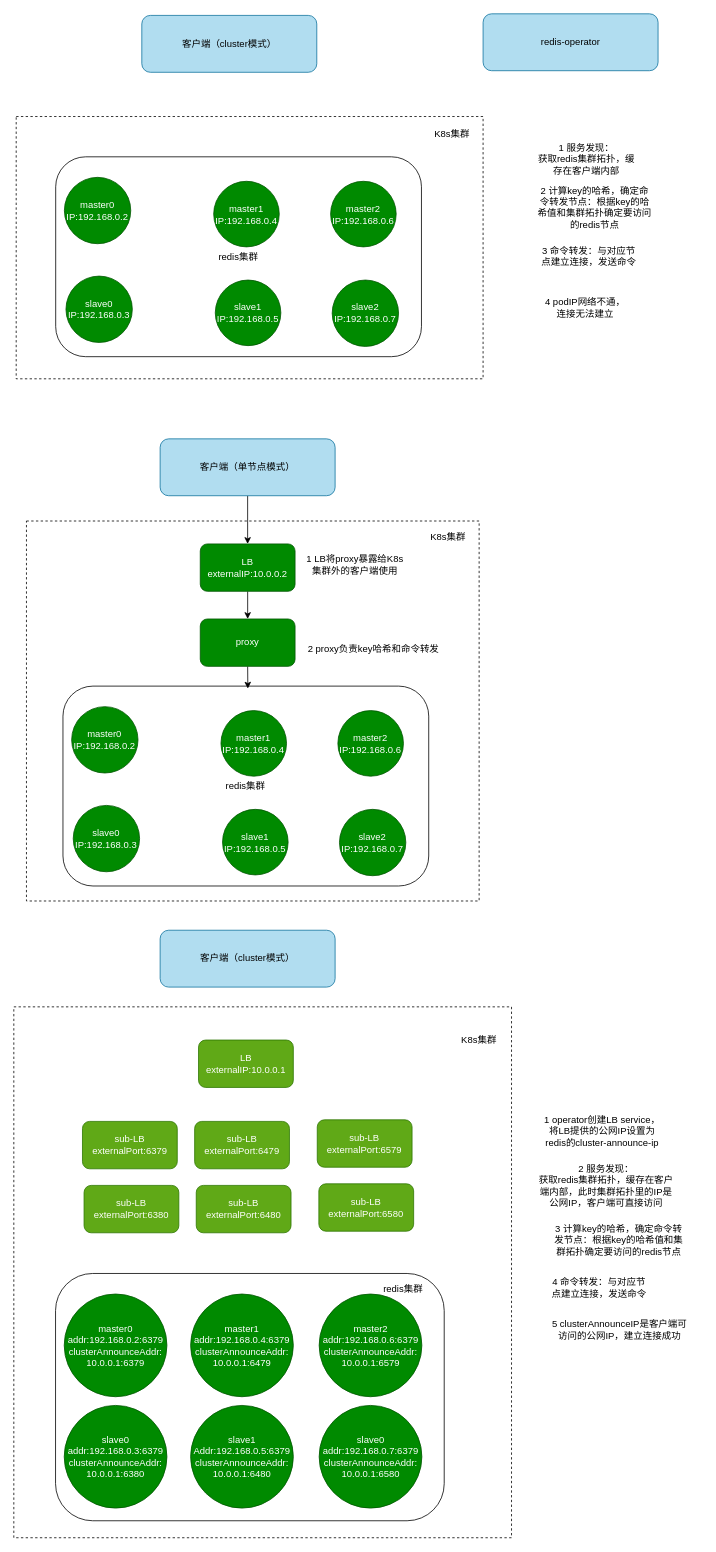
Above: diagrams/redis代理和LB优化.drawio in fengyinqiao/cloudimg (draw.io), before the change. Source tidied: cells renumbered, new cells numbered last; positions are measured from the earlier drawing's top-left corner, leaving out a move shared by most shapes. Both pictures are drawn from the tidied source at 79%, with x=0, y=0 at pixel (13, 13).
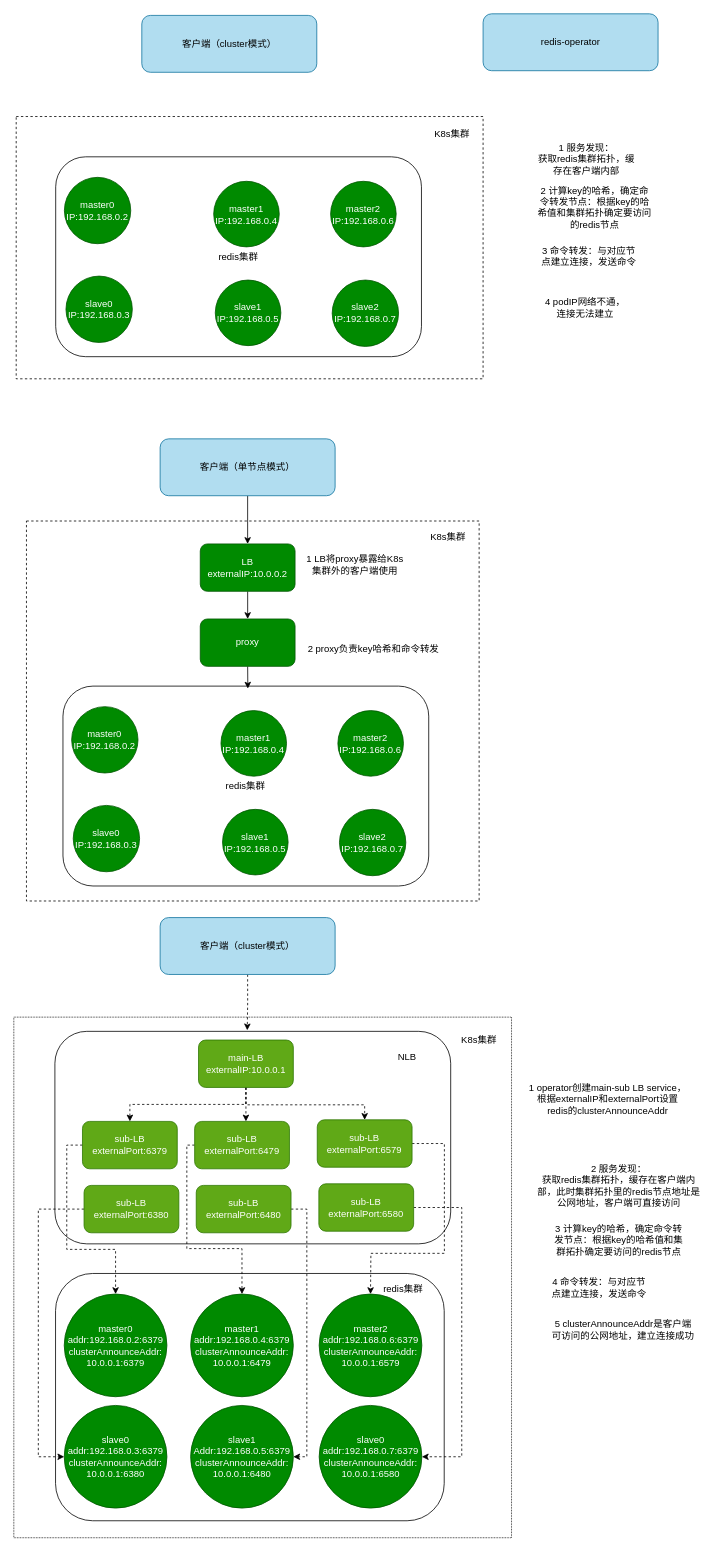
The same diagram, later.

Commit message:
更新redis代理和LB优化.drawio

The change refers to these unchanged cells:
```xml
<mxCell id="37" value="master0&lt;br&gt;addr:192.168.0.2:6379&lt;br&gt;clusterAnnounceAddr: 10.0.0.1:6379" style="ellipse;whiteSpace=wrap;html=1;fillColor=#008a00;fontColor=#ffffff;strokeColor=#005700;" parent="1" vertex="1">
  <mxGeometry x="63.8" y="1620.5" width="130" height="130" as="geometry" />
</mxCell>
<mxCell id="39" value="slave0&lt;br&gt;addr:192.168.0.3:6379&lt;br&gt;clusterAnnounceAddr: 10.0.0.1:6380" style="ellipse;whiteSpace=wrap;html=1;fillColor=#008a00;fontColor=#ffffff;strokeColor=#005700;" parent="1" vertex="1">
  <mxGeometry x="63.8" y="1761.5" width="130" height="130" as="geometry" />
</mxCell>
<mxCell id="40" value="master2&lt;br&gt;addr:192.168.0.6:6379&lt;br&gt;clusterAnnounceAddr: 10.0.0.1:6579" style="ellipse;whiteSpace=wrap;html=1;fillColor=#008a00;fontColor=#ffffff;strokeColor=#005700;" parent="1" vertex="1">
  <mxGeometry x="386.5" y="1620.5" width="130" height="130" as="geometry" />
</mxCell>
<mxCell id="41" value="slave0&lt;br&gt;addr:192.168.0.7:6379&lt;br&gt;clusterAnnounceAddr: 10.0.0.1:6580" style="ellipse;whiteSpace=wrap;html=1;fillColor=#008a00;fontColor=#ffffff;strokeColor=#005700;" parent="1" vertex="1">
  <mxGeometry x="386.5" y="1761.5" width="130" height="130" as="geometry" />
</mxCell>
<mxCell id="42" value="master1&lt;br&gt;addr:192.168.0.4:6379&lt;br&gt;clusterAnnounceAddr: 10.0.0.1:6479" style="ellipse;whiteSpace=wrap;html=1;fillColor=#008a00;fontColor=#ffffff;strokeColor=#005700;" parent="1" vertex="1">
  <mxGeometry x="223.8" y="1620.5" width="130" height="130" as="geometry" />
</mxCell>
<mxCell id="43" value="slave1&lt;br&gt;Addr:192.168.0.5:6379&lt;br&gt;clusterAnnounceAddr: 10.0.0.1:6480" style="ellipse;whiteSpace=wrap;html=1;fillColor=#008a00;fontColor=#ffffff;strokeColor=#005700;" parent="1" vertex="1">
  <mxGeometry x="223.8" y="1761.5" width="130" height="130" as="geometry" />
</mxCell>
<mxCell id="51" value="sub-LB&lt;br&gt;externalPort:6379" style="rounded=1;whiteSpace=wrap;html=1;fillColor=#60a917;strokeColor=#2D7600;fontColor=#ffffff;" parent="1" vertex="1">
  <mxGeometry x="86.9" y="1402" width="120" height="60" as="geometry" />
</mxCell>
<mxCell id="52" value="sub-LB&lt;br&gt;externalPort:6479" style="rounded=1;whiteSpace=wrap;html=1;fillColor=#60a917;strokeColor=#2D7600;fontColor=#ffffff;" parent="1" vertex="1">
  <mxGeometry x="228.9" y="1402" width="120" height="60" as="geometry" />
</mxCell>
<mxCell id="53" value="sub-LB&lt;br&gt;externalPort:6579" style="rounded=1;whiteSpace=wrap;html=1;fillColor=#60a917;strokeColor=#2D7600;fontColor=#ffffff;" parent="1" vertex="1">
  <mxGeometry x="384.1" y="1400" width="120" height="60" as="geometry" />
</mxCell>
<mxCell id="54" value="sub-LB&lt;br&gt;externalPort:6380" style="rounded=1;whiteSpace=wrap;html=1;fillColor=#60a917;strokeColor=#2D7600;fontColor=#ffffff;" parent="1" vertex="1">
  <mxGeometry x="88.9" y="1483" width="120" height="60" as="geometry" />
</mxCell>
<mxCell id="55" value="sub-LB&lt;br&gt;externalPort:6480" style="rounded=1;whiteSpace=wrap;html=1;fillColor=#60a917;strokeColor=#2D7600;fontColor=#ffffff;" parent="1" vertex="1">
  <mxGeometry x="230.9" y="1483" width="120" height="60" as="geometry" />
</mxCell>
<mxCell id="56" value="sub-LB&lt;br&gt;externalPort:6580" style="rounded=1;whiteSpace=wrap;html=1;fillColor=#60a917;strokeColor=#2D7600;fontColor=#ffffff;" parent="1" vertex="1">
  <mxGeometry x="386.1" y="1481" width="120" height="60" as="geometry" />
</mxCell>
```

Diff of the diagram source:
```diff
@@
-    <mxCell id="2" style="rounded=0;whiteSpace=wrap;html=1;fillColor=none;dashed=1;" parent="1" vertex="1">
-      <mxGeometry y="1257" width="630" height="672" as="geometry" />
+    <mxCell id="2" style="rounded=0;whiteSpace=wrap;html=1;fillColor=none;dashed=1;dashPattern=1 1;" parent="1" vertex="1">
+      <mxGeometry y="1270" width="630" height="659" as="geometry" />
     </mxCell>
@@
+    <mxCell id="57" style="edgeStyle=orthogonalEdgeStyle;rounded=0;jettySize=auto;html=1;exitX=0.5;exitY=1;exitDx=0;exitDy=0;entryX=0.486;entryY=-0.005;entryDx=0;entryDy=0;entryPerimeter=0;dashed=1;" parent="1" edge="1" source="35" target="67">
+      <mxGeometry relative="1" as="geometry" />
+    </mxCell>
     <mxCell id="35" value="客户端（cluster模式）" style="rounded=1;whiteSpace=wrap;html=1;fillColor=#b1ddf0;strokeColor=#10739e;" parent="1" vertex="1">
-      <mxGeometry x="185.2" y="1160" width="221.5" height="72" as="geometry" />
+      <mxGeometry x="185.2" y="1144" width="221.5" height="72" as="geometry" />
     </mxCell>
@@
-    <mxCell id="45" value="1 operator创建LB service，将LB提供的公网IP设置为redis的cluster-announce-ip" style="text;html=1;strokeColor=none;fillColor=none;align=center;verticalAlign=middle;whiteSpace=wrap;rounded=0;" parent="1" vertex="1">
-      <mxGeometry x="666.5" y="1400" width="155.5" height="30" as="geometry" />
+    <mxCell id="45" value="1 operator创建main-sub LB service，根据externalIP和externalPort设置redis的clusterAnnounceAddr" style="text;html=1;strokeColor=none;fillColor=none;align=center;verticalAlign=middle;whiteSpace=wrap;rounded=0;" parent="1" vertex="1">
+      <mxGeometry x="650.5" y="1359" width="201.5" height="30" as="geometry" />
     </mxCell>
@@
-    <mxCell id="48" value="5 clusterAnnounceIP是客户端可访问的公网IP，建立连接成功" style="text;html=1;strokeColor=none;fillColor=none;align=center;verticalAlign=middle;whiteSpace=wrap;rounded=0;" parent="1" vertex="1">
-      <mxGeometry x="680" y="1651" width="174" height="30" as="geometry" />
+    <mxCell id="48" value="5 clusterAnnounceAddr是客户端可访问的公网地址，建立连接成功" style="text;html=1;strokeColor=none;fillColor=none;align=center;verticalAlign=middle;whiteSpace=wrap;rounded=0;" parent="1" vertex="1">
+      <mxGeometry x="680" y="1651" width="183" height="30" as="geometry" />
     </mxCell>
-    <mxCell id="49" value="2 服务发现：&lt;br&gt;获取redis集群拓扑，缓存在客户端内部，此时集群拓扑里的IP是公网IP，客户端可直接访问" style="text;html=1;strokeColor=none;fillColor=none;align=center;verticalAlign=middle;whiteSpace=wrap;rounded=0;" parent="1" vertex="1">
-      <mxGeometry x="661" y="1469" width="177.5" height="30" as="geometry" />
+    <mxCell id="49" value="2 服务发现：&lt;br&gt;获取redis集群拓扑，缓存在客户端内部，此时集群拓扑里的redis节点地址是公网地址，客户端可直接访问" style="text;html=1;strokeColor=none;fillColor=none;align=center;verticalAlign=middle;whiteSpace=wrap;rounded=0;" parent="1" vertex="1">
+      <mxGeometry x="661" y="1469" width="210" height="30" as="geometry" />
     </mxCell>
+    <mxCell id="58" style="edgeStyle=orthogonalEdgeStyle;rounded=0;jettySize=auto;html=1;exitX=0.5;exitY=1;exitDx=0;exitDy=0;entryX=0.5;entryY=0;entryDx=0;entryDy=0;dashed=1;" parent="1" edge="1" source="50" target="51">
+      <mxGeometry relative="1" as="geometry" />
+    </mxCell>
+    <mxCell id="59" style="edgeStyle=orthogonalEdgeStyle;rounded=0;jettySize=auto;html=1;exitX=0.5;exitY=1;exitDx=0;exitDy=0;dashed=1;" parent="1" edge="1" source="50" target="52">
+      <mxGeometry relative="1" as="geometry">
+        <Array as="points">
+          <mxPoint x="294" y="1389" />
+          <mxPoint x="294" y="1389" />
+        </Array>
+      </mxGeometry>
+    </mxCell>
+    <mxCell id="60" style="edgeStyle=orthogonalEdgeStyle;rounded=0;jettySize=auto;html=1;exitX=0.5;exitY=1;exitDx=0;exitDy=0;entryX=0.5;entryY=0;entryDx=0;entryDy=0;dashed=1;" parent="1" edge="1" source="50" target="53">
+      <mxGeometry relative="1" as="geometry">
+        <Array as="points">
+          <mxPoint x="294" y="1381" />
+          <mxPoint x="444" y="1381" />
+        </Array>
+      </mxGeometry>
+    </mxCell>
-    <mxCell id="50" value="LB&lt;br&gt;externalIP:10.0.0.1" style="rounded=1;whiteSpace=wrap;html=1;fillColor=#60a917;strokeColor=#2D7600;fontColor=#ffffff;" parent="1" vertex="1">
+    <mxCell id="50" value="main-LB&lt;br&gt;externalIP:10.0.0.1" style="rounded=1;whiteSpace=wrap;html=1;fillColor=#60a917;strokeColor=#2D7600;fontColor=#ffffff;" parent="1" vertex="1">
       <mxGeometry x="233.8" y="1299" width="120" height="60" as="geometry" />
     </mxCell>
+    <mxCell id="61" style="edgeStyle=orthogonalEdgeStyle;rounded=0;jettySize=auto;html=1;exitX=0;exitY=0.5;exitDx=0;exitDy=0;entryX=0.5;entryY=0;entryDx=0;entryDy=0;dashed=1;" parent="1" edge="1" source="51" target="37">
+      <mxGeometry relative="1" as="geometry">
+        <Array as="points">
+          <mxPoint x="67" y="1432" />
+          <mxPoint x="67" y="1564" />
+          <mxPoint x="129" y="1564" />
+        </Array>
+      </mxGeometry>
+    </mxCell>
@@
+    <mxCell id="62" style="edgeStyle=orthogonalEdgeStyle;rounded=0;jettySize=auto;html=1;exitX=0;exitY=0.5;exitDx=0;exitDy=0;entryX=0.5;entryY=0;entryDx=0;entryDy=0;dashed=1;" parent="1" edge="1" source="52" target="42">
+      <mxGeometry relative="1" as="geometry">
+        <Array as="points">
+          <mxPoint x="219" y="1432" />
+          <mxPoint x="219" y="1563" />
+          <mxPoint x="289" y="1563" />
+        </Array>
+      </mxGeometry>
+    </mxCell>
@@
+    <mxCell id="63" style="edgeStyle=orthogonalEdgeStyle;rounded=0;jettySize=auto;html=1;exitX=1;exitY=0.5;exitDx=0;exitDy=0;dashed=1;" parent="1" edge="1" source="53" target="40">
+      <mxGeometry relative="1" as="geometry">
+        <Array as="points">
+          <mxPoint x="545" y="1430" />
+          <mxPoint x="545" y="1569" />
+          <mxPoint x="452" y="1569" />
+        </Array>
+      </mxGeometry>
+    </mxCell>
@@
+    <mxCell id="64" style="edgeStyle=orthogonalEdgeStyle;rounded=0;jettySize=auto;html=1;exitX=0;exitY=0.5;exitDx=0;exitDy=0;entryX=0;entryY=0.5;entryDx=0;entryDy=0;dashed=1;" parent="1" edge="1" source="54" target="39">
+      <mxGeometry relative="1" as="geometry">
+        <Array as="points">
+          <mxPoint x="31" y="1513" />
+          <mxPoint x="31" y="1827" />
+        </Array>
+      </mxGeometry>
+    </mxCell>
@@
+    <mxCell id="65" style="edgeStyle=orthogonalEdgeStyle;rounded=0;jettySize=auto;html=1;exitX=1;exitY=0.5;exitDx=0;exitDy=0;entryX=1;entryY=0.5;entryDx=0;entryDy=0;dashed=1;" parent="1" edge="1" source="55" target="43">
+      <mxGeometry relative="1" as="geometry" />
+    </mxCell>
@@
+    <mxCell id="66" style="edgeStyle=orthogonalEdgeStyle;rounded=0;jettySize=auto;html=1;exitX=1;exitY=0.5;exitDx=0;exitDy=0;entryX=1;entryY=0.5;entryDx=0;entryDy=0;dashed=1;" parent="1" edge="1" source="56" target="41">
+      <mxGeometry relative="1" as="geometry">
+        <Array as="points">
+          <mxPoint x="567" y="1511" />
+          <mxPoint x="567" y="1827" />
+        </Array>
+      </mxGeometry>
+    </mxCell>
@@
+    <mxCell id="67" style="rounded=1;whiteSpace=wrap;html=1;fillColor=none;" parent="1" vertex="1">
+      <mxGeometry x="52" y="1288" width="501" height="269" as="geometry" />
+    </mxCell>
+    <mxCell id="68" value="NLB" style="text;html=1;strokeColor=none;fillColor=none;align=center;verticalAlign=middle;whiteSpace=wrap;rounded=0;" parent="1" vertex="1">
+      <mxGeometry x="468" y="1306" width="60" height="30" as="geometry" />
+    </mxCell>
```
